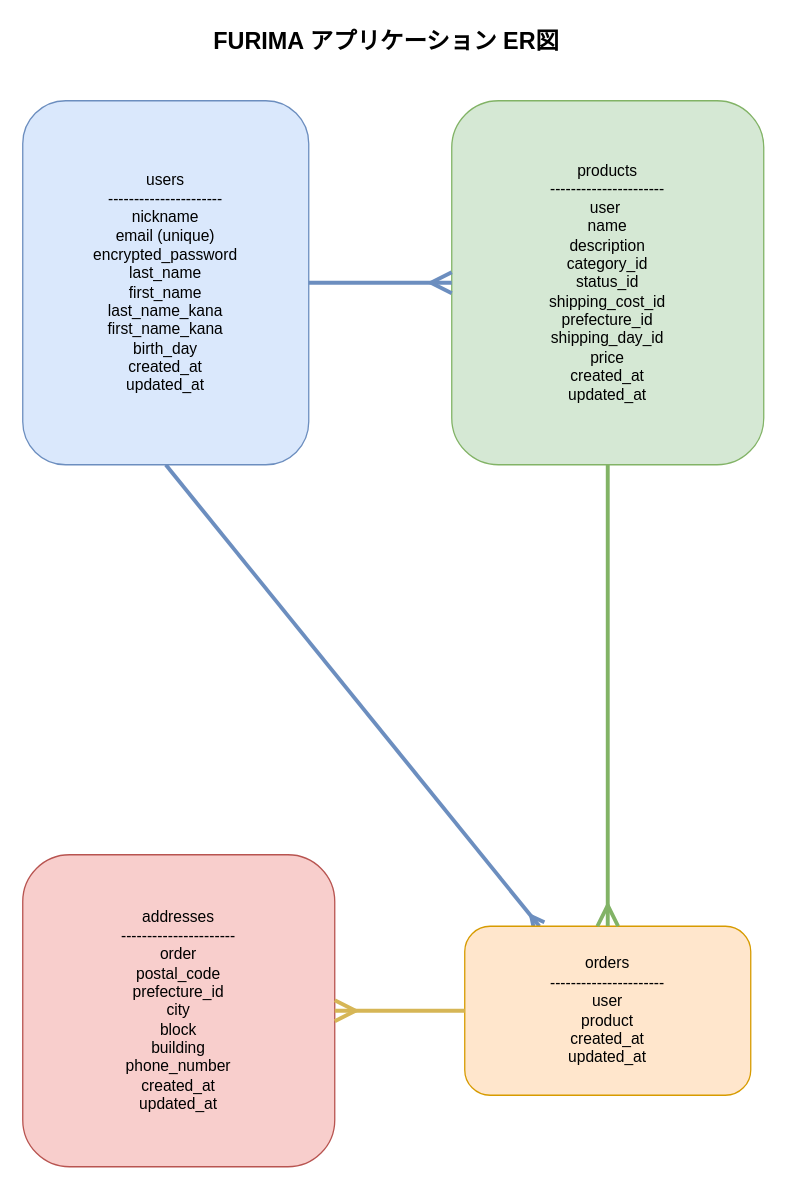
sugita-daiki/furima-46335 keeps this draw.io diagram as furima-46335.drawio. Above is the earlier version. Source tidied: cells renumbered, new cells numbered last; positions are measured from the earlier drawing's top-left corner, leaving out a move shared by most shapes. Both pictures are drawn from the tidied source at 130%, with x=0, y=0 at pixel (22, 22).
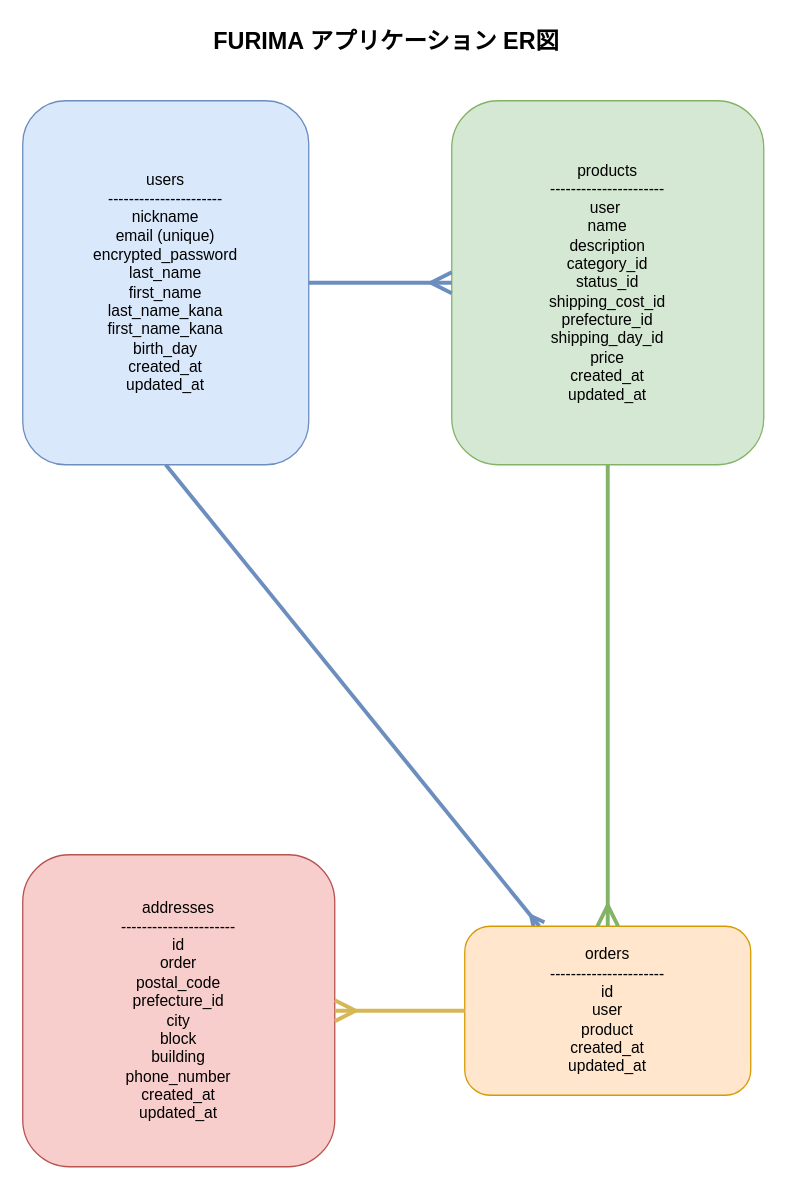
The same page after the edit.

The edit, as a diff of the source:
```diff
@@
 <mxGraphModel>
   <root>
     <mxCell id="0" />
     <mxCell id="1" parent="0" />
     <mxCell id="2" style="edgeStyle=none;html=1;exitX=0.5;exitY=1;exitDx=0;exitDy=0;strokeWidth=3;endArrow=ERmany;endFill=0;fillColor=#dae8fc;strokeColor=#6c8ebf;" parent="1" edge="1" source="3" target="5">
       <mxGeometry relative="1" as="geometry" />
     </mxCell>
     <mxCell id="3" value="users&#10;----------------------&#10;nickname&#10;email (unique)&#10;encrypted_password&#10;last_name&#10;first_name&#10;last_name_kana&#10;first_name_kana&#10;birth_day&#10;created_at&#10;updated_at" style="shape=rectangle;whiteSpace=wrap;rounded=1;fillColor=#dae8fc;strokeColor=#6c8ebf;fontSize=12;" parent="1" vertex="1">
       <mxGeometry y="60" width="220" height="280" as="geometry" />
     </mxCell>
     <mxCell id="4" value="products&#10;----------------------&#10;user &#10;name&#10;description&#10;category_id&#10;status_id&#10;shipping_cost_id&#10;prefecture_id&#10;shipping_day_id&#10;price&#10;created_at&#10;updated_at" style="shape=rectangle;whiteSpace=wrap;rounded=1;fillColor=#d5e8d4;strokeColor=#82b366;fontSize=12;" parent="1" vertex="1">
       <mxGeometry x="330" y="60" width="240" height="280" as="geometry" />
     </mxCell>
-    <mxCell id="5" value="orders&#10;----------------------&#10;user&#10;product&#10;created_at&#10;updated_at" style="shape=rectangle;whiteSpace=wrap;rounded=1;fontSize=12;glass=0;fillColor=#ffe6cc;strokeColor=#d79b00;" parent="1" vertex="1">
+    <mxCell id="5" value="orders&#10;----------------------&#10;id&#10;user&#10;product&#10;created_at&#10;updated_at" style="shape=rectangle;whiteSpace=wrap;rounded=1;fontSize=12;glass=0;fillColor=#ffe6cc;strokeColor=#d79b00;" parent="1" vertex="1">
       <mxGeometry x="340" y="695" width="220" height="130" as="geometry" />
     </mxCell>
-    <mxCell id="6" value="addresses&#10;----------------------&#10;order&#10;postal_code&#10;prefecture_id&#10;city&#10;block&#10;building&#10;phone_number&#10;created_at&#10;updated_at" style="shape=rectangle;whiteSpace=wrap;rounded=1;fillColor=#f8cecc;strokeColor=#b85450;fontSize=12;" parent="1" vertex="1">
+    <mxCell id="6" value="addresses&#10;----------------------&#10;id&#10;order&#10;postal_code&#10;prefecture_id&#10;city&#10;block&#10;building&#10;phone_number&#10;created_at&#10;updated_at" style="shape=rectangle;whiteSpace=wrap;rounded=1;fillColor=#f8cecc;strokeColor=#b85450;fontSize=12;" parent="1" vertex="1">
       <mxGeometry y="640" width="240" height="240" as="geometry" />
     </mxCell>
     <mxCell id="7" style="endArrow=ERmany;endFill=0;strokeWidth=3;strokeColor=#6c8ebf;endSize=12;" parent="1" edge="1" source="3" target="4">
       <mxGeometry relative="1" as="geometry">
         <Array as="points">
           <mxPoint x="290" y="200" />
         </Array>
       </mxGeometry>
     </mxCell>
     <mxCell id="8" style="endArrow=ERmany;endFill=0;strokeWidth=3;strokeColor=#82b366;endSize=12;startArrow=none;startFill=0;" parent="1" edge="1" target="5">
       <mxGeometry relative="1" as="geometry">
         <mxPoint x="450" y="340" as="sourcePoint" />
         <Array as="points">
           <mxPoint x="450" y="640" />
         </Array>
       </mxGeometry>
     </mxCell>
     <mxCell id="9" style="endArrow=ERmany;endFill=0;strokeWidth=3;strokeColor=#d6b656;endSize=12;" parent="1" edge="1" source="5" target="6">
       <mxGeometry relative="1" as="geometry" />
     </mxCell>
     <mxCell id="10" value="FURIMA アプリケーション ER図" style="text;html=1;strokeColor=none;fillColor=none;align=center;verticalAlign=middle;whiteSpace=wrap;rounded=0;fontSize=18;fontStyle=1;" parent="1" vertex="1">
       <mxGeometry x="130" width="300" height="30" as="geometry" />
     </mxCell>
   </root>
 </mxGraphModel>
```
